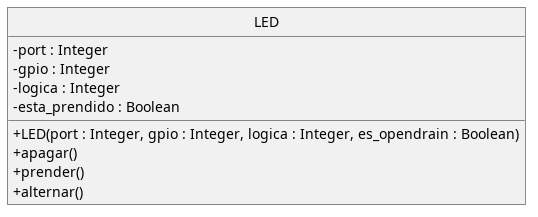
This is img/diagrama-clases.png from tute-avalos/antirebote-ventana-libopencm3, a PlantUML export, as it was before one commit.
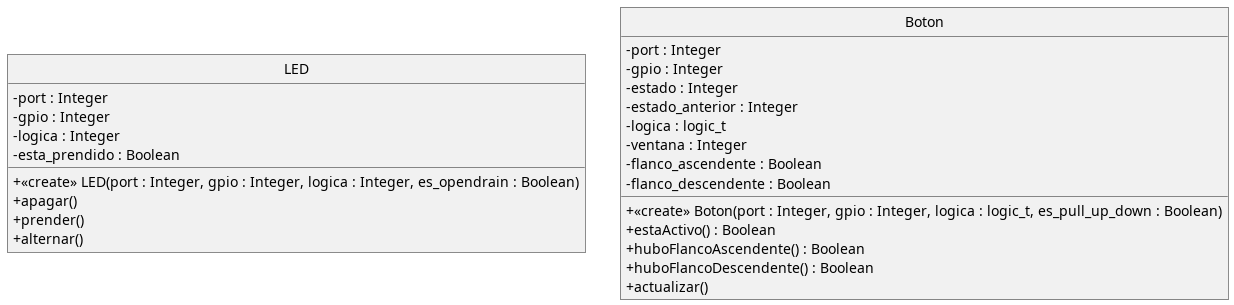
The same diagram one commit later.

Commit message:
Se agregó la clase Boton

Diff of the diagram source:
```diff
@@ -11,10 +11,26 @@
   - gpio : Integer
   - logica : Integer
   - esta_prendido : Boolean
-  + LED(port : Integer, gpio : Integer, logica : Integer, es_opendrain : Boolean)
+  + <<create>> LED(port : Integer, gpio : Integer, logica : Integer, es_opendrain : Boolean)
   + apagar()
   + prender()
   + alternar()
 }
 
+Class Boton {
+  - port : Integer
+  - gpio : Integer
+  - estado : Integer
+  - estado_anterior : Integer
+  - logica : logic_t
+  - ventana : Integer
+  - flanco_ascendente : Boolean
+  - flanco_descendente : Boolean
+  + <<create>> Boton(port : Integer, gpio : Integer, logica : logic_t, es_pull_up_down : Boolean)
+  + estaActivo() : Boolean
+  + huboFlancoAscendente() : Boolean
+  + huboFlancoDescendente() : Boolean
+  + actualizar()
+}
+
 @enduml
```
